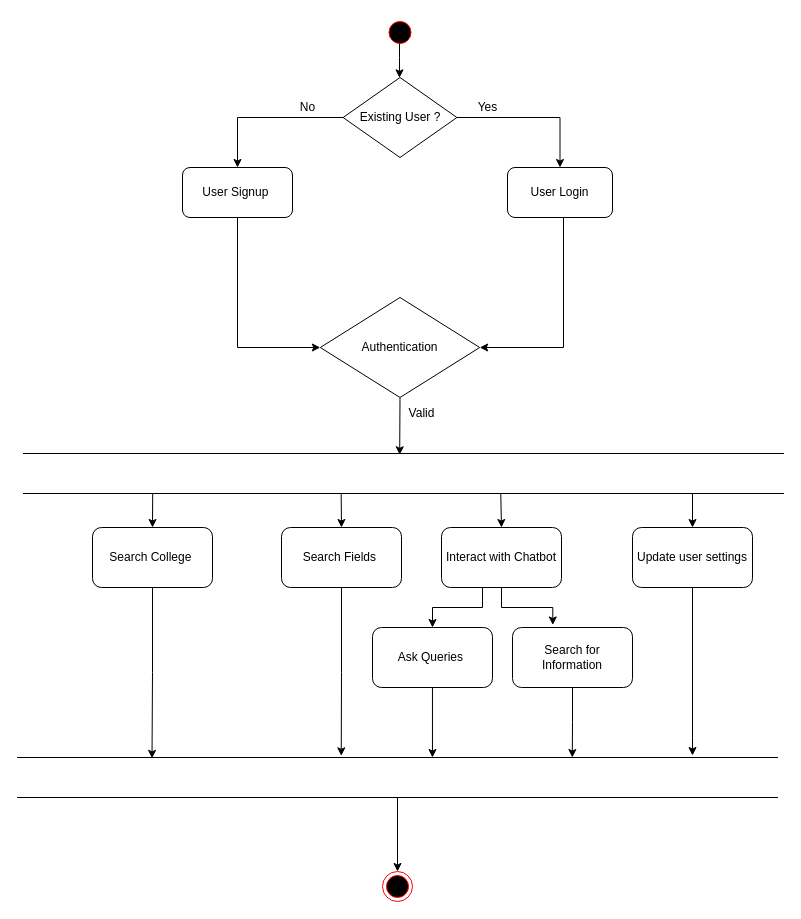
Earlier version of the draw.io diagram page "Page-2" (2 of 2) of Material/activity_diagram.drawio (BrijeshJagad/Final-Project). Source tidied: cells renumbered, new cells numbered last; positions are measured from the earlier drawing's top-left corner, leaving out a move shared by most shapes. Both pictures are drawn from the tidied source at 100%, with x=0, y=0 at pixel (17, 17).
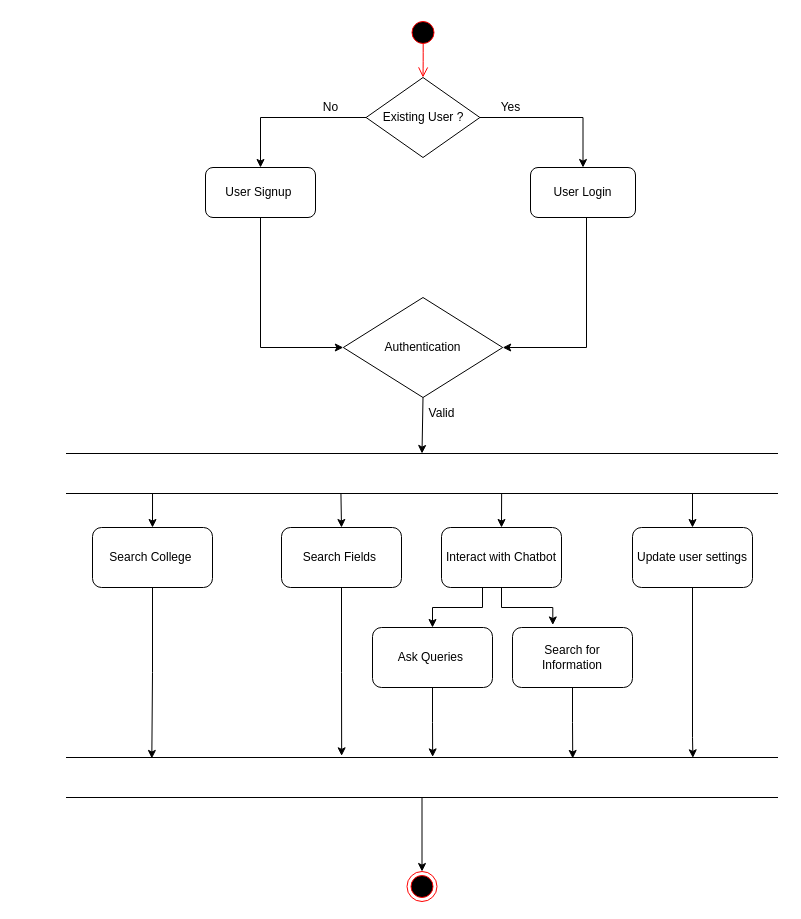
After the change.

The change refers to these unchanged cells:
```xml
<mxCell id="6" value="Search College&amp;nbsp;" style="rounded=1;whiteSpace=wrap;html=1;" parent="1" vertex="1">
  <mxGeometry x="75" y="510" width="120" height="60" as="geometry" />
</mxCell>
<mxCell id="8" value="Search Fields&amp;nbsp;" style="rounded=1;whiteSpace=wrap;html=1;" parent="1" vertex="1">
  <mxGeometry x="264" y="510" width="120" height="60" as="geometry" />
</mxCell>
<mxCell id="11" value="Interact with Chatbot" style="rounded=1;whiteSpace=wrap;html=1;" parent="1" vertex="1">
  <mxGeometry x="424" y="510" width="120" height="60" as="geometry" />
</mxCell>
<mxCell id="13" value="Update user settings" style="rounded=1;whiteSpace=wrap;html=1;" parent="1" vertex="1">
  <mxGeometry x="615" y="510" width="120" height="60" as="geometry" />
</mxCell>
<mxCell id="27" value="Ask Queries&amp;nbsp;" style="rounded=1;whiteSpace=wrap;html=1;" parent="1" vertex="1">
  <mxGeometry x="355" y="610" width="120" height="60" as="geometry" />
</mxCell>
<mxCell id="29" value="Search for Information" style="rounded=1;whiteSpace=wrap;html=1;" parent="1" vertex="1">
  <mxGeometry x="495" y="610" width="120" height="60" as="geometry" />
</mxCell>
```

Diff of the diagram source:
```diff
@@
     <mxCell id="2" style="edgeStyle=orthogonalEdgeStyle;rounded=0;jettySize=auto;html=1;entryX=0;entryY=0.5;entryDx=0;entryDy=0;exitX=0.5;exitY=1;exitDx=0;exitDy=0;" parent="1" edge="1" source="18" target="3">
       <mxGeometry relative="1" as="geometry">
         <Array as="points">
-          <mxPoint x="220" y="330" />
+          <mxPoint x="243" y="330" />
         </Array>
       </mxGeometry>
     </mxCell>
     <mxCell id="3" value="Authentication" style="rhombus;whiteSpace=wrap;html=1;" parent="1" vertex="1">
-      <mxGeometry x="302.8" y="280" width="159.4" height="100" as="geometry" />
+      <mxGeometry x="325.8" y="280" width="159.4" height="100" as="geometry" />
     </mxCell>
-    <mxCell id="4" style="endArrow=classic;html=1;exitX=0.5;exitY=1;exitDx=0;exitDy=0;entryX=0.495;entryY=0.032;entryDx=0;entryDy=0;entryPerimeter=0;" parent="1" edge="1" source="3" target="14">
+    <mxCell id="4" style="endArrow=classic;html=1;exitX=0.5;exitY=1;exitDx=0;exitDy=0;entryX=0.5;entryY=0;entryDx=0;entryDy=0;" parent="1" edge="1" source="3" target="14">
       <mxGeometry relative="1" as="geometry" />
     </mxCell>
-    <mxCell id="5" style="edgeStyle=orthogonalEdgeStyle;rounded=0;jettySize=auto;html=1;entryX=0.177;entryY=0.021;entryDx=0;entryDy=0;entryPerimeter=0;" parent="1" edge="1" source="6" target="31">
+    <mxCell id="5" style="edgeStyle=orthogonalEdgeStyle;rounded=0;jettySize=auto;html=1;entryX=0.12;entryY=0.024;entryDx=0;entryDy=0;entryPerimeter=0;" parent="1" edge="1" source="6" target="31">
       <mxGeometry relative="1" as="geometry" />
     </mxCell>
@@
-    <mxCell id="7" style="edgeStyle=orthogonalEdgeStyle;rounded=0;jettySize=auto;html=1;entryX=0.426;entryY=-0.042;entryDx=0;entryDy=0;entryPerimeter=0;" parent="1" edge="1" source="8" target="31">
+    <mxCell id="7" style="edgeStyle=orthogonalEdgeStyle;rounded=0;jettySize=auto;html=1;entryX=0.387;entryY=-0.042;entryDx=0;entryDy=0;entryPerimeter=0;" parent="1" edge="1" source="8" target="31">
       <mxGeometry relative="1" as="geometry" />
     </mxCell>
@@
-    <mxCell id="12" style="edgeStyle=orthogonalEdgeStyle;rounded=0;jettySize=auto;html=1;" parent="1" edge="1" source="13">
+    <mxCell id="12" style="edgeStyle=orthogonalEdgeStyle;rounded=0;jettySize=auto;html=1;entryX=0.881;entryY=0.008;entryDx=0;entryDy=0;entryPerimeter=0;" parent="1" edge="1" source="13" target="31">
       <mxGeometry relative="1" as="geometry">
-        <mxPoint x="675" y="738" as="targetPoint" />
         <Array as="points">
           <mxPoint x="675" y="720" />
           <mxPoint x="675" y="720" />
         </Array>
       </mxGeometry>
     </mxCell>
@@
     <mxCell id="14" style="shape=partialRectangle;whiteSpace=wrap;html=1;left=0;right=0;fillColor=none;" parent="1" vertex="1">
-      <mxGeometry x="6" y="436" width="760" height="40" as="geometry" />
+      <mxGeometry x="49" y="436" width="711" height="40" as="geometry" />
     </mxCell>
     <mxCell id="15" value="Valid" style="text;html=1;align=center;verticalAlign=middle;" parent="1" vertex="1">
-      <mxGeometry x="384" y="386" width="40" height="20" as="geometry" />
+      <mxGeometry x="404" y="386" width="40" height="20" as="geometry" />
     </mxCell>
-    <mxCell id="16" style="edgeStyle=orthogonalEdgeStyle;rounded=0;jettySize=auto;html=1;exitX=0.483;exitY=0.837;exitDx=0;exitDy=0;exitPerimeter=0;" parent="1" edge="1" target="21">
-      <mxGeometry relative="1" as="geometry">
-        <mxPoint x="382" y="25.1" as="sourcePoint" />
-        <Array as="points">
-          <mxPoint x="382" y="40" />
-          <mxPoint x="382" y="40" />
-        </Array>
-      </mxGeometry>
-    </mxCell>
     <mxCell id="17" style="ellipse;html=1;shape=startState;fillColor=#000000;strokeColor=#ff0000;" parent="1" vertex="1">
-      <mxGeometry x="367.5" width="30" height="30" as="geometry" />
+      <mxGeometry x="390.5" width="30" height="30" as="geometry" />
     </mxCell>
     <mxCell id="18" value="User Signup&amp;nbsp;" style="rounded=1;whiteSpace=wrap;html=1;" parent="1" vertex="1">
-      <mxGeometry x="165" y="150" width="110" height="50" as="geometry" />
+      <mxGeometry x="188" y="150" width="110" height="50" as="geometry" />
     </mxCell>
@@
     <mxCell id="21" value="Existing User ?" style="rhombus;whiteSpace=wrap;html=1;" parent="1" vertex="1">
-      <mxGeometry x="325.6" y="60" width="113.8" height="80" as="geometry" />
+      <mxGeometry x="348.6" y="60" width="113.8" height="80" as="geometry" />
     </mxCell>
     <mxCell id="22" style="edgeStyle=orthogonalEdgeStyle;rounded=0;jettySize=auto;html=1;entryX=1;entryY=0.5;entryDx=0;entryDy=0;" parent="1" edge="1" source="23" target="3">
       <mxGeometry relative="1" as="geometry">
         <Array as="points">
-          <mxPoint x="546" y="330" />
+          <mxPoint x="569" y="330" />
         </Array>
       </mxGeometry>
     </mxCell>
     <mxCell id="23" value="User Login" style="rounded=1;whiteSpace=wrap;html=1;" parent="1" vertex="1">
-      <mxGeometry x="490" y="150" width="105" height="50" as="geometry" />
+      <mxGeometry x="513" y="150" width="105" height="50" as="geometry" />
     </mxCell>
     <mxCell id="24" value="Yes" style="text;html=1;align=center;verticalAlign=middle;" parent="1" vertex="1">
-      <mxGeometry x="450" y="80" width="40" height="20" as="geometry" />
+      <mxGeometry x="473" y="80" width="40" height="20" as="geometry" />
     </mxCell>
     <mxCell id="25" value="No" style="text;html=1;align=center;verticalAlign=middle;" parent="1" vertex="1">
-      <mxGeometry x="275" y="80" width="30" height="20" as="geometry" />
+      <mxGeometry x="298" y="80" width="30" height="20" as="geometry" />
     </mxCell>
-    <mxCell id="26" style="edgeStyle=orthogonalEdgeStyle;rounded=0;jettySize=auto;html=1;entryX=0.546;entryY=0;entryDx=0;entryDy=0;entryPerimeter=0;" parent="1" edge="1" source="27" target="31">
+    <mxCell id="26" style="edgeStyle=orthogonalEdgeStyle;rounded=0;jettySize=auto;html=1;entryX=0.515;entryY=-0.015;entryDx=0;entryDy=0;entryPerimeter=0;" parent="1" edge="1" source="27" target="31">
       <mxGeometry relative="1" as="geometry" />
     </mxCell>
@@
-    <mxCell id="28" style="edgeStyle=orthogonalEdgeStyle;rounded=0;jettySize=auto;html=1;entryX=0.73;entryY=0;entryDx=0;entryDy=0;entryPerimeter=0;" parent="1" edge="1" source="29" target="31">
+    <mxCell id="28" style="edgeStyle=orthogonalEdgeStyle;rounded=0;jettySize=auto;html=1;entryX=0.712;entryY=0.024;entryDx=0;entryDy=0;entryPerimeter=0;" parent="1" edge="1" source="29" target="31">
       <mxGeometry relative="1" as="geometry" />
     </mxCell>
@@
-    <mxCell id="30" style="edgeStyle=orthogonalEdgeStyle;rounded=0;jettySize=auto;html=1;entryX=0.5;entryY=0;entryDx=0;entryDy=0;" parent="1" edge="1" source="31" target="36">
+    <mxCell id="30" style="edgeStyle=orthogonalEdgeStyle;rounded=0;jettySize=auto;html=1;entryX=0.5;entryY=0;entryDx=0;entryDy=0;exitX=0.5;exitY=1;exitDx=0;exitDy=0;" parent="1" edge="1" source="31" target="36">
       <mxGeometry relative="1" as="geometry">
         <Array as="points">
-          <mxPoint x="380" y="854" />
+          <mxPoint x="405" y="854" />
         </Array>
       </mxGeometry>
     </mxCell>
     <mxCell id="31" style="shape=partialRectangle;whiteSpace=wrap;html=1;left=0;right=0;fillColor=none;" parent="1" vertex="1">
-      <mxGeometry y="740" width="760" height="40" as="geometry" />
+      <mxGeometry x="49" y="740" width="711" height="40" as="geometry" />
     </mxCell>
-    <mxCell id="32" style="endArrow=classic;html=1;exitX=0.17;exitY=1.007;exitDx=0;exitDy=0;exitPerimeter=0;entryX=0.5;entryY=0;entryDx=0;entryDy=0;" parent="1" edge="1" source="14" target="6">
+    <mxCell id="32" style="endArrow=classic;html=1;entryX=0.5;entryY=0;entryDx=0;entryDy=0;exitX=0.121;exitY=1.01;exitDx=0;exitDy=0;exitPerimeter=0;" parent="1" edge="1" source="14" target="6">
       <mxGeometry relative="1" as="geometry" />
     </mxCell>
-    <mxCell id="33" style="endArrow=classic;html=1;entryX=0.5;entryY=0;entryDx=0;entryDy=0;exitX=0.418;exitY=1.007;exitDx=0;exitDy=0;exitPerimeter=0;" parent="1" edge="1" source="14" target="8">
+    <mxCell id="33" style="endArrow=classic;html=1;entryX=0.5;entryY=0;entryDx=0;entryDy=0;exitX=0.386;exitY=1.004;exitDx=0;exitDy=0;exitPerimeter=0;" parent="1" edge="1" source="14" target="8">
       <mxGeometry relative="1" as="geometry" />
     </mxCell>
-    <mxCell id="34" style="endArrow=classic;html=1;exitX=0.628;exitY=1.01;exitDx=0;exitDy=0;exitPerimeter=0;entryX=0.5;entryY=0;entryDx=0;entryDy=0;" parent="1" edge="1" source="14" target="11">
+    <mxCell id="34" style="endArrow=classic;html=1;exitX=0.612;exitY=0.993;exitDx=0;exitDy=0;exitPerimeter=0;entryX=0.5;entryY=0;entryDx=0;entryDy=0;" parent="1" edge="1" source="14" target="11">
       <mxGeometry relative="1" as="geometry" />
     </mxCell>
@@
     <mxCell id="36" style="ellipse;html=1;shape=endState;fillColor=#000000;strokeColor=#ff0000;" parent="1" vertex="1">
-      <mxGeometry x="365" y="854" width="30" height="30" as="geometry" />
+      <mxGeometry x="389.5" y="854" width="30" height="30" as="geometry" />
     </mxCell>
+    <mxCell id="37" style="edgeStyle=orthogonalEdgeStyle;html=1;verticalAlign=bottom;endArrow=open;endSize=8;strokeColor=#ff0000;exitX=0.506;exitY=0.849;exitDx=0;exitDy=0;exitPerimeter=0;entryX=0.5;entryY=0;entryDx=0;entryDy=0;" parent="1" edge="1" source="17" target="21">
+      <mxGeometry relative="1" as="geometry" />
+    </mxCell>
```
